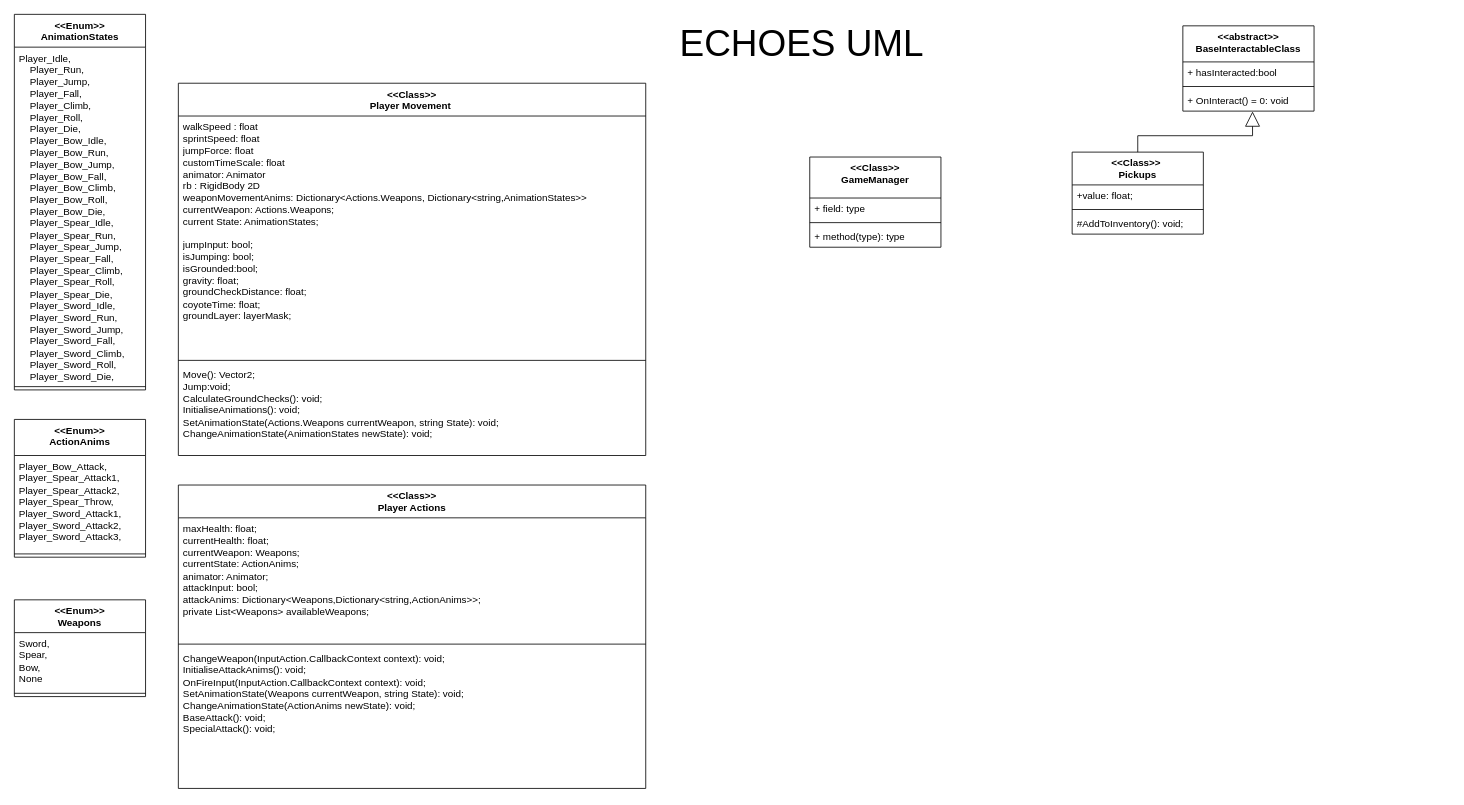
The draw.io diagram Echoes Of Time UML .drawio in MattB166/EchoesGame, before the edit. Source tidied: cells renumbered, new cells numbered last; positions are measured from the earlier drawing's top-left corner, leaving out a move shared by most shapes. Both pictures are drawn from the tidied source at 82%, with x=0, y=0 at pixel (14, 14).
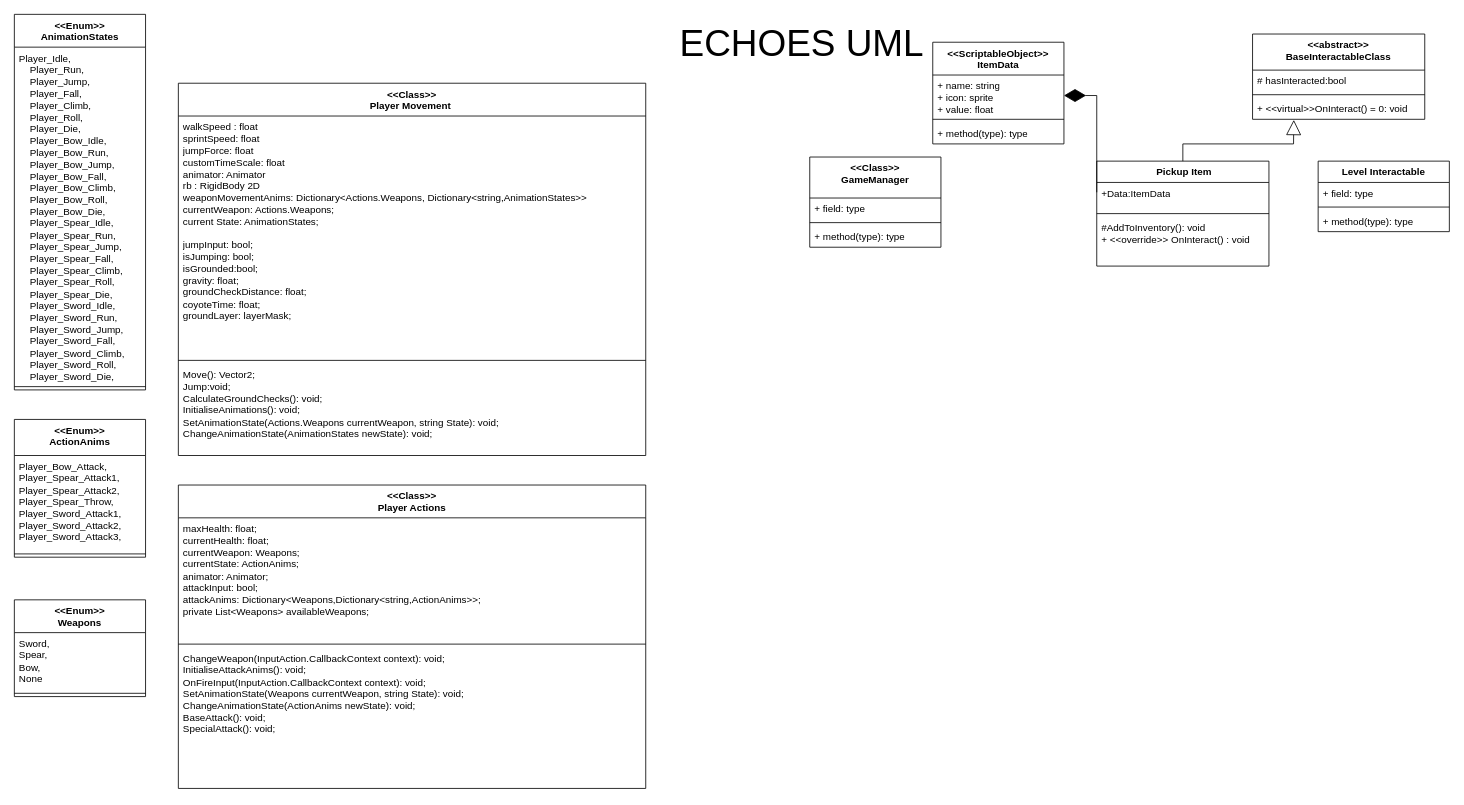
The same page after the edit.

Change to the diagram source:
```diff
@@
     <mxCell id="24" value="&amp;lt;&amp;lt;abstract&amp;gt;&amp;gt;&lt;div&gt;BaseInteractableClass&lt;/div&gt;" style="swimlane;fontStyle=1;align=center;verticalAlign=top;horizontal=1;startSize=44;whiteSpace=wrap;html=1;" parent="1" vertex="1">
-      <mxGeometry x="1425" y="14" width="160" height="104" as="geometry" />
+      <mxGeometry x="1510" y="24" width="210" height="104" as="geometry" />
     </mxCell>
-    <mxCell id="25" value="+ hasInteracted:bool" style="text;strokeColor=none;fillColor=none;align=left;verticalAlign=top;spacingLeft=4;spacingRight=4;overflow=hidden;whiteSpace=wrap;html=1;" parent="24" vertex="1">
-      <mxGeometry y="44" width="160" height="26" as="geometry" />
+    <mxCell id="25" value="# hasInteracted:bool" style="text;strokeColor=none;fillColor=none;align=left;verticalAlign=top;spacingLeft=4;spacingRight=4;overflow=hidden;whiteSpace=wrap;html=1;" parent="24" vertex="1">
+      <mxGeometry y="44" width="210" height="26" as="geometry" />
     </mxCell>
     <mxCell id="26" style="line;strokeWidth=1;fillColor=none;align=left;verticalAlign=middle;spacingTop=-1;spacingLeft=3;spacingRight=3;labelPosition=right;strokeColor=inherit;" parent="24" vertex="1">
-      <mxGeometry y="70" width="160" height="8" as="geometry" />
+      <mxGeometry y="70" width="210" height="8" as="geometry" />
     </mxCell>
-    <mxCell id="27" value="+ OnInteract() = 0: void" style="text;strokeColor=none;fillColor=none;align=left;verticalAlign=top;spacingLeft=4;spacingRight=4;overflow=hidden;points=[[0,0.5],[1,0.5]];portConstraint=eastwest;whiteSpace=wrap;html=1;" parent="24" vertex="1">
-      <mxGeometry y="78" width="160" height="26" as="geometry" />
+    <mxCell id="27" value="+ &amp;lt;&amp;lt;virtual&amp;gt;&amp;gt;OnInteract() = 0: void" style="text;strokeColor=none;fillColor=none;align=left;verticalAlign=top;spacingLeft=4;spacingRight=4;overflow=hidden;points=[[0,0.5],[1,0.5]];portConstraint=eastwest;whiteSpace=wrap;html=1;" parent="24" vertex="1">
+      <mxGeometry y="78" width="210" height="26" as="geometry" />
     </mxCell>
-    <mxCell id="28" value="&amp;lt;&amp;lt;Class&amp;gt;&amp;gt;&amp;nbsp;&lt;div&gt;Pickups&lt;/div&gt;" style="swimlane;fontStyle=1;align=center;verticalAlign=top;horizontal=1;startSize=40;whiteSpace=wrap;html=1;" parent="1" vertex="1">
-      <mxGeometry x="1290" y="168" width="160" height="100" as="geometry" />
+    <mxCell id="28" value="&amp;nbsp;Pickup Item" style="swimlane;fontStyle=1;align=center;verticalAlign=top;horizontal=1;startSize=26;whiteSpace=wrap;html=1;" parent="1" vertex="1">
+      <mxGeometry x="1320" y="179" width="210" height="128" as="geometry" />
     </mxCell>
-    <mxCell id="29" value="+value: float;" style="text;strokeColor=none;fillColor=none;align=left;verticalAlign=top;spacingLeft=4;spacingRight=4;overflow=hidden;points=[[0,0.5],[1,0.5]];portConstraint=eastwest;whiteSpace=wrap;html=1;" parent="28" vertex="1">
-      <mxGeometry y="40" width="160" height="26" as="geometry" />
+    <mxCell id="29" value="&lt;div&gt;+Data:ItemData&lt;/div&gt;" style="text;strokeColor=none;fillColor=none;align=left;verticalAlign=top;spacingLeft=4;spacingRight=4;overflow=hidden;points=[[0,0.5],[1,0.5]];portConstraint=eastwest;whiteSpace=wrap;html=1;" parent="28" vertex="1">
+      <mxGeometry y="26" width="210" height="34" as="geometry" />
     </mxCell>
     <mxCell id="30" style="line;strokeWidth=1;fillColor=none;align=left;verticalAlign=middle;spacingTop=-1;spacingLeft=3;spacingRight=3;labelPosition=right;strokeColor=inherit;" parent="28" vertex="1">
-      <mxGeometry y="66" width="160" height="8" as="geometry" />
+      <mxGeometry y="60" width="210" height="8" as="geometry" />
     </mxCell>
-    <mxCell id="31" value="#AddToInventory(): void;" style="text;strokeColor=none;fillColor=none;align=left;verticalAlign=top;spacingLeft=4;spacingRight=4;overflow=hidden;whiteSpace=wrap;html=1;" parent="28" vertex="1">
-      <mxGeometry y="74" width="160" height="26" as="geometry" />
+    <mxCell id="31" value="#AddToInventory(): void&lt;div&gt;+ &amp;lt;&amp;lt;override&amp;gt;&amp;gt; OnInteract() : void&lt;br&gt;&lt;/div&gt;" style="text;strokeColor=none;fillColor=none;align=left;verticalAlign=top;spacingLeft=4;spacingRight=4;overflow=hidden;whiteSpace=wrap;html=1;" parent="28" vertex="1">
+      <mxGeometry y="68" width="210" height="60" as="geometry" />
     </mxCell>
-    <mxCell id="32" style="endArrow=block;endSize=16;endFill=0;html=1;rounded=0;exitX=0.5;exitY=0;exitDx=0;exitDy=0;entryX=0.531;entryY=1.015;entryDx=0;entryDy=0;entryPerimeter=0;" parent="1" edge="1" source="28" target="27">
+    <mxCell id="32" style="endArrow=block;endSize=16;endFill=0;html=1;rounded=0;exitX=0.5;exitY=0;exitDx=0;exitDy=0;entryX=0.525;entryY=1.026;entryDx=0;entryDy=0;entryPerimeter=0;" parent="1" edge="1" source="28">
       <mxGeometry relative="1" as="geometry">
+        <mxPoint x="1560.3" y="128.7" as="targetPoint" />
         <Array as="points">
-          <mxPoint x="1370" y="148" />
-          <mxPoint x="1510" y="148" />
+          <mxPoint x="1425" y="158" />
+          <mxPoint x="1560" y="158" />
         </Array>
       </mxGeometry>
     </mxCell>
+    <mxCell id="33" value="&amp;lt;&amp;lt;ScriptableObject&amp;gt;&amp;gt;&lt;div&gt;ItemData&lt;/div&gt;" style="swimlane;fontStyle=1;align=center;verticalAlign=top;horizontal=1;startSize=40;whiteSpace=wrap;html=1;" parent="1" vertex="1">
+      <mxGeometry x="1120" y="34" width="160" height="124" as="geometry" />
+    </mxCell>
+    <mxCell id="34" value="+ name: string&lt;div&gt;+ icon: sprite&lt;/div&gt;&lt;div&gt;+ value: float&lt;/div&gt;" style="text;strokeColor=none;fillColor=none;align=left;verticalAlign=top;spacingLeft=4;spacingRight=4;overflow=hidden;points=[[0,0.5],[1,0.5]];portConstraint=eastwest;whiteSpace=wrap;html=1;" parent="33" vertex="1">
+      <mxGeometry y="40" width="160" height="50" as="geometry" />
+    </mxCell>
+    <mxCell id="35" style="line;strokeWidth=1;fillColor=none;align=left;verticalAlign=middle;spacingTop=-1;spacingLeft=3;spacingRight=3;labelPosition=right;strokeColor=inherit;" parent="33" vertex="1">
+      <mxGeometry y="90" width="160" height="8" as="geometry" />
+    </mxCell>
+    <mxCell id="36" value="+ method(type): type" style="text;strokeColor=none;fillColor=none;align=left;verticalAlign=top;spacingLeft=4;spacingRight=4;overflow=hidden;whiteSpace=wrap;html=1;" parent="33" vertex="1">
+      <mxGeometry y="98" width="160" height="26" as="geometry" />
+    </mxCell>
+    <mxCell id="37" style="endArrow=diamondThin;endFill=1;endSize=24;html=1;rounded=0;entryX=1;entryY=0.5;entryDx=0;entryDy=0;exitX=0;exitY=0.353;exitDx=0;exitDy=0;exitPerimeter=0;" parent="1" edge="1" source="29" target="34">
+      <mxGeometry relative="1" as="geometry">
+        <Array as="points">
+          <mxPoint x="1320" y="99" />
+        </Array>
+      </mxGeometry>
+    </mxCell>
+    <mxCell id="38" value="Level Interactable" style="swimlane;fontStyle=1;align=center;verticalAlign=top;horizontal=1;startSize=26;whiteSpace=wrap;html=1;" parent="1" vertex="1">
+      <mxGeometry x="1590" y="179" width="160" height="86" as="geometry" />
+    </mxCell>
+    <mxCell id="39" value="+ field: type" style="text;strokeColor=none;fillColor=none;align=left;verticalAlign=top;spacingLeft=4;spacingRight=4;overflow=hidden;whiteSpace=wrap;html=1;" parent="38" vertex="1">
+      <mxGeometry y="26" width="160" height="26" as="geometry" />
+    </mxCell>
+    <mxCell id="40" style="line;strokeWidth=1;fillColor=none;align=left;verticalAlign=middle;spacingTop=-1;spacingLeft=3;spacingRight=3;labelPosition=right;strokeColor=inherit;" parent="38" vertex="1">
+      <mxGeometry y="52" width="160" height="8" as="geometry" />
+    </mxCell>
+    <mxCell id="41" value="+ method(type): type" style="text;strokeColor=none;fillColor=none;align=left;verticalAlign=top;spacingLeft=4;spacingRight=4;overflow=hidden;whiteSpace=wrap;html=1;" parent="38" vertex="1">
+      <mxGeometry y="60" width="160" height="26" as="geometry" />
+    </mxCell>
```
